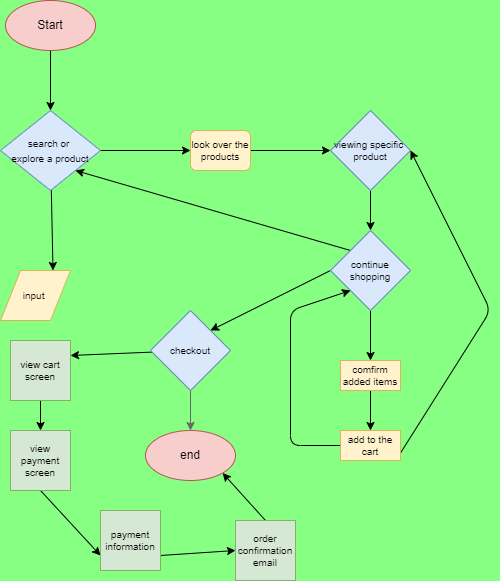
Earlier version of the draw.io export explore/diagramming/diagram.drawio.png (ojeengammah/fa22-cse110-lab4). Source tidied: cells renumbered, new cells last; positions are measured from the earlier drawing's top-left corner, leaving out a move shared by most shapes.
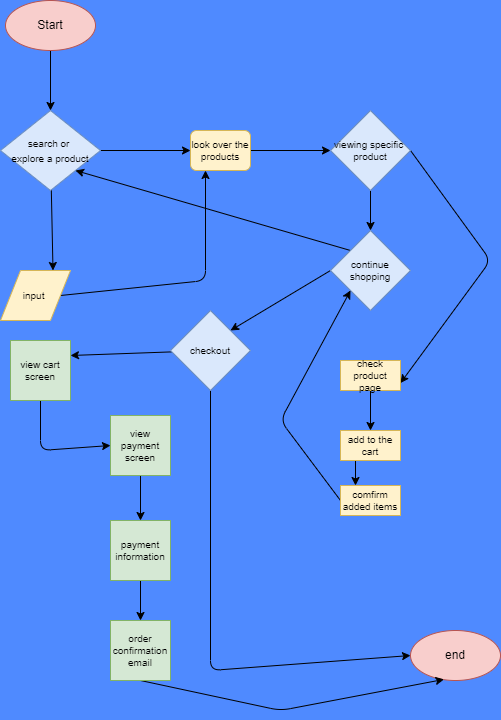
After the change.

Diff of the diagram source:
```diff
@@ -1,4 +1,4 @@
-<mxGraphModel background="#86FF82">
+<mxGraphModel background="#4F8AFF">
   <root>
     <mxCell id="0" />
     <mxCell id="1" parent="0" />
@@ -17,6 +17,13 @@
     <mxCell id="6" value="&lt;font style=&quot;font-size: 10px&quot;&gt;search or&amp;nbsp;&lt;br&gt;explore a product&lt;/font&gt;" style="rhombus;whiteSpace=wrap;html=1;fillColor=#dae8fc;strokeColor=#6c8ebf;" parent="1" vertex="1">
       <mxGeometry y="110" width="100" height="80" as="geometry" />
     </mxCell>
+    <mxCell id="33" style="edgeStyle=none;html=1;exitX=1;exitY=0.5;exitDx=0;exitDy=0;entryX=0.25;entryY=1;entryDx=0;entryDy=0;fontSize=10;" parent="1" edge="1" source="7" target="9">
+      <mxGeometry relative="1" as="geometry">
+        <Array as="points">
+          <mxPoint x="205" y="280" />
+        </Array>
+      </mxGeometry>
+    </mxCell>
     <mxCell id="7" value="input&amp;nbsp;" style="shape=parallelogram;perimeter=parallelogramPerimeter;whiteSpace=wrap;html=1;fixedSize=1;fontSize=10;fillColor=#fff2cc;strokeColor=#d6b656;" parent="1" vertex="1">
       <mxGeometry y="270" width="70" height="50" as="geometry" />
     </mxCell>
@@ -29,12 +36,16 @@
     <mxCell id="10" style="edgeStyle=none;html=1;exitX=0.5;exitY=1;exitDx=0;exitDy=0;entryX=0.5;entryY=0;entryDx=0;entryDy=0;fontSize=10;" parent="1" edge="1" source="11" target="15">
       <mxGeometry relative="1" as="geometry" />
     </mxCell>
+    <mxCell id="34" style="edgeStyle=none;html=1;exitX=1;exitY=0.5;exitDx=0;exitDy=0;entryX=1;entryY=0.75;entryDx=0;entryDy=0;fontSize=10;" parent="1" edge="1" source="11" target="39">
+      <mxGeometry relative="1" as="geometry">
+        <Array as="points">
+          <mxPoint x="490" y="260" />
+        </Array>
+      </mxGeometry>
+    </mxCell>
     <mxCell id="11" value="viewing specific&amp;nbsp;&lt;br&gt;product" style="rhombus;whiteSpace=wrap;html=1;fontSize=10;fillColor=#dae8fc;strokeColor=#6c8ebf;" parent="1" vertex="1">
       <mxGeometry x="330" y="110" width="80" height="80" as="geometry" />
     </mxCell>
-    <mxCell id="12" style="edgeStyle=none;html=1;exitX=0.5;exitY=1;exitDx=0;exitDy=0;entryX=0.5;entryY=0;entryDx=0;entryDy=0;fontSize=10;" parent="1" edge="1" source="15" target="17">
-      <mxGeometry relative="1" as="geometry" />
-    </mxCell>
     <mxCell id="13" style="edgeStyle=none;html=1;exitX=0;exitY=0.5;exitDx=0;exitDy=0;entryX=1;entryY=0;entryDx=0;entryDy=0;fontSize=10;" parent="1" edge="1" source="15" target="23">
       <mxGeometry relative="1" as="geometry" />
     </mxCell>
@@ -44,67 +55,75 @@
     <mxCell id="15" value="continue shopping" style="rhombus;whiteSpace=wrap;html=1;fontSize=10;fillColor=#dae8fc;strokeColor=#6c8ebf;" parent="1" vertex="1">
       <mxGeometry x="330" y="230" width="80" height="80" as="geometry" />
     </mxCell>
-    <mxCell id="16" style="edgeStyle=none;html=1;exitX=0.5;exitY=1;exitDx=0;exitDy=0;entryX=0.5;entryY=0;entryDx=0;entryDy=0;fontSize=10;" parent="1" edge="1" source="17" target="20">
-      <mxGeometry relative="1" as="geometry" />
-    </mxCell>
+    <mxCell id="35" style="edgeStyle=none;html=1;exitX=0;exitY=0.5;exitDx=0;exitDy=0;entryX=0;entryY=1;entryDx=0;entryDy=0;fontSize=10;" parent="1" edge="1" source="17" target="15">
+      <mxGeometry relative="1" as="geometry">
+        <Array as="points">
+          <mxPoint x="280" y="420" />
+        </Array>
+      </mxGeometry>
+    </mxCell>
     <mxCell id="17" value="comfirm added items" style="rounded=0;whiteSpace=wrap;html=1;fontSize=10;fillColor=#fff2cc;strokeColor=#d6b656;" parent="1" vertex="1">
-      <mxGeometry x="340" y="360" width="60" height="30" as="geometry" />
+      <mxGeometry x="340" y="485" width="60" height="30" as="geometry" />
     </mxCell>
-    <mxCell id="18" style="edgeStyle=none;html=1;entryX=0;entryY=1;entryDx=0;entryDy=0;fontSize=10;" parent="1" edge="1" source="20" target="15">
-      <mxGeometry relative="1" as="geometry">
-        <Array as="points">
-          <mxPoint x="290" y="445" />
-          <mxPoint x="290" y="310" />
-        </Array>
-      </mxGeometry>
-    </mxCell>
-    <mxCell id="19" style="edgeStyle=none;html=1;exitX=1;exitY=0.75;exitDx=0;exitDy=0;entryX=1;entryY=0.5;entryDx=0;entryDy=0;fontSize=10;" parent="1" edge="1" source="20" target="11">
-      <mxGeometry relative="1" as="geometry">
-        <Array as="points">
-          <mxPoint x="490" y="310" />
-        </Array>
-      </mxGeometry>
-    </mxCell>
+    <mxCell id="36" style="edgeStyle=none;html=1;exitX=0.25;exitY=1;exitDx=0;exitDy=0;entryX=0.25;entryY=0;entryDx=0;entryDy=0;fontSize=10;" parent="1" edge="1" source="20" target="17">
+      <mxGeometry relative="1" as="geometry" />
+    </mxCell>
     <mxCell id="20" value="add to the cart" style="rounded=0;whiteSpace=wrap;html=1;fontSize=10;fillColor=#fff2cc;strokeColor=#d6b656;" parent="1" vertex="1">
       <mxGeometry x="340" y="430" width="60" height="30" as="geometry" />
     </mxCell>
-    <mxCell id="21" style="edgeStyle=none;html=1;exitX=0.5;exitY=1;exitDx=0;exitDy=0;fontSize=10;fillColor=#f5f5f5;strokeColor=#666666;" parent="1" edge="1" source="23">
-      <mxGeometry relative="1" as="geometry">
-        <mxPoint x="190" y="430" as="targetPoint" />
-      </mxGeometry>
-    </mxCell>
     <mxCell id="22" style="edgeStyle=none;html=1;entryX=1;entryY=0.25;entryDx=0;entryDy=0;fontSize=10;" parent="1" edge="1" source="23" target="26">
       <mxGeometry relative="1" as="geometry" />
     </mxCell>
+    <mxCell id="37" style="edgeStyle=none;html=1;exitX=0.5;exitY=1;exitDx=0;exitDy=0;entryX=0;entryY=0.5;entryDx=0;entryDy=0;fontSize=10;" parent="1" edge="1" source="23" target="24">
+      <mxGeometry relative="1" as="geometry">
+        <Array as="points">
+          <mxPoint x="210" y="670" />
+        </Array>
+      </mxGeometry>
+    </mxCell>
     <mxCell id="23" value="checkout" style="rhombus;whiteSpace=wrap;html=1;fontSize=10;fillColor=#dae8fc;strokeColor=#6c8ebf;" parent="1" vertex="1">
-      <mxGeometry x="150" y="310" width="80" height="80" as="geometry" />
+      <mxGeometry x="170" y="310" width="80" height="80" as="geometry" />
     </mxCell>
     <mxCell id="24" value="end" style="ellipse;whiteSpace=wrap;html=1;fillColor=#f8cecc;strokeColor=#b85450;" parent="1" vertex="1">
-      <mxGeometry x="145" y="430" width="90" height="50" as="geometry" />
+      <mxGeometry x="410" y="630" width="90" height="50" as="geometry" />
     </mxCell>
-    <mxCell id="25" style="edgeStyle=none;html=1;exitX=0.5;exitY=1;exitDx=0;exitDy=0;entryX=0.5;entryY=0;entryDx=0;entryDy=0;fontSize=10;" parent="1" edge="1" source="26" target="28">
-      <mxGeometry relative="1" as="geometry" />
+    <mxCell id="25" style="edgeStyle=none;html=1;exitX=0.5;exitY=1;exitDx=0;exitDy=0;entryX=0;entryY=0.5;entryDx=0;entryDy=0;fontSize=10;" parent="1" edge="1" source="26" target="28">
+      <mxGeometry relative="1" as="geometry">
+        <Array as="points">
+          <mxPoint x="40" y="450" />
+        </Array>
+      </mxGeometry>
     </mxCell>
     <mxCell id="26" value="view cart screen" style="whiteSpace=wrap;html=1;fontSize=10;fillColor=#d5e8d4;strokeColor=#82b366;" parent="1" vertex="1">
       <mxGeometry x="10" y="340" width="60" height="60" as="geometry" />
     </mxCell>
-    <mxCell id="27" style="edgeStyle=none;html=1;exitX=0.5;exitY=1;exitDx=0;exitDy=0;entryX=0;entryY=0.75;entryDx=0;entryDy=0;fontSize=10;" parent="1" edge="1" source="28" target="30">
+    <mxCell id="27" style="edgeStyle=none;html=1;exitX=0.5;exitY=1;exitDx=0;exitDy=0;entryX=0.5;entryY=0;entryDx=0;entryDy=0;fontSize=10;" parent="1" edge="1" source="28" target="30">
       <mxGeometry relative="1" as="geometry" />
     </mxCell>
     <mxCell id="28" value="view payment screen" style="whiteSpace=wrap;html=1;fontSize=10;fillColor=#d5e8d4;strokeColor=#82b366;" parent="1" vertex="1">
-      <mxGeometry x="10" y="430" width="60" height="60" as="geometry" />
+      <mxGeometry x="110" y="415" width="60" height="60" as="geometry" />
     </mxCell>
-    <mxCell id="29" style="edgeStyle=none;html=1;exitX=1;exitY=0.75;exitDx=0;exitDy=0;fontSize=10;entryX=0;entryY=0.5;entryDx=0;entryDy=0;" parent="1" edge="1" source="30" target="32">
+    <mxCell id="29" style="edgeStyle=none;html=1;exitX=0.5;exitY=1;exitDx=0;exitDy=0;entryX=0.5;entryY=0;entryDx=0;entryDy=0;fontSize=10;" parent="1" edge="1" source="30" target="32">
       <mxGeometry relative="1" as="geometry" />
     </mxCell>
     <mxCell id="30" value="payment information" style="whiteSpace=wrap;html=1;fontSize=10;fillColor=#d5e8d4;strokeColor=#82b366;" parent="1" vertex="1">
-      <mxGeometry x="100" y="510" width="60" height="60" as="geometry" />
+      <mxGeometry x="110" y="520" width="60" height="60" as="geometry" />
     </mxCell>
-    <mxCell id="31" style="edgeStyle=none;html=1;exitX=0.5;exitY=0;exitDx=0;exitDy=0;entryX=1;entryY=1;entryDx=0;entryDy=0;fontSize=10;" parent="1" edge="1" source="32" target="24">
-      <mxGeometry relative="1" as="geometry" />
+    <mxCell id="31" style="edgeStyle=none;html=1;exitX=0.5;exitY=1;exitDx=0;exitDy=0;entryX=0.372;entryY=0.978;entryDx=0;entryDy=0;entryPerimeter=0;fontSize=10;" parent="1" edge="1" source="32" target="24">
+      <mxGeometry relative="1" as="geometry">
+        <Array as="points">
+          <mxPoint x="280" y="710" />
+        </Array>
+      </mxGeometry>
     </mxCell>
     <mxCell id="32" value="order confirmation email" style="whiteSpace=wrap;html=1;fontSize=10;fillColor=#d5e8d4;strokeColor=#82b366;" parent="1" vertex="1">
-      <mxGeometry x="235" y="520" width="60" height="60" as="geometry" />
+      <mxGeometry x="110" y="620" width="60" height="60" as="geometry" />
     </mxCell>
+    <mxCell id="38" style="edgeStyle=none;html=1;exitX=0.5;exitY=1;exitDx=0;exitDy=0;entryX=0.5;entryY=0;entryDx=0;entryDy=0;fontSize=10;" parent="1" edge="1" source="39" target="20">
+      <mxGeometry relative="1" as="geometry" />
+    </mxCell>
+    <mxCell id="39" value="check product page" style="rounded=0;whiteSpace=wrap;html=1;fontSize=10;fillColor=#fff2cc;strokeColor=#d6b656;" parent="1" vertex="1">
+      <mxGeometry x="340" y="360" width="60" height="30" as="geometry" />
+    </mxCell>
   </root>
 </mxGraphModel>
```
